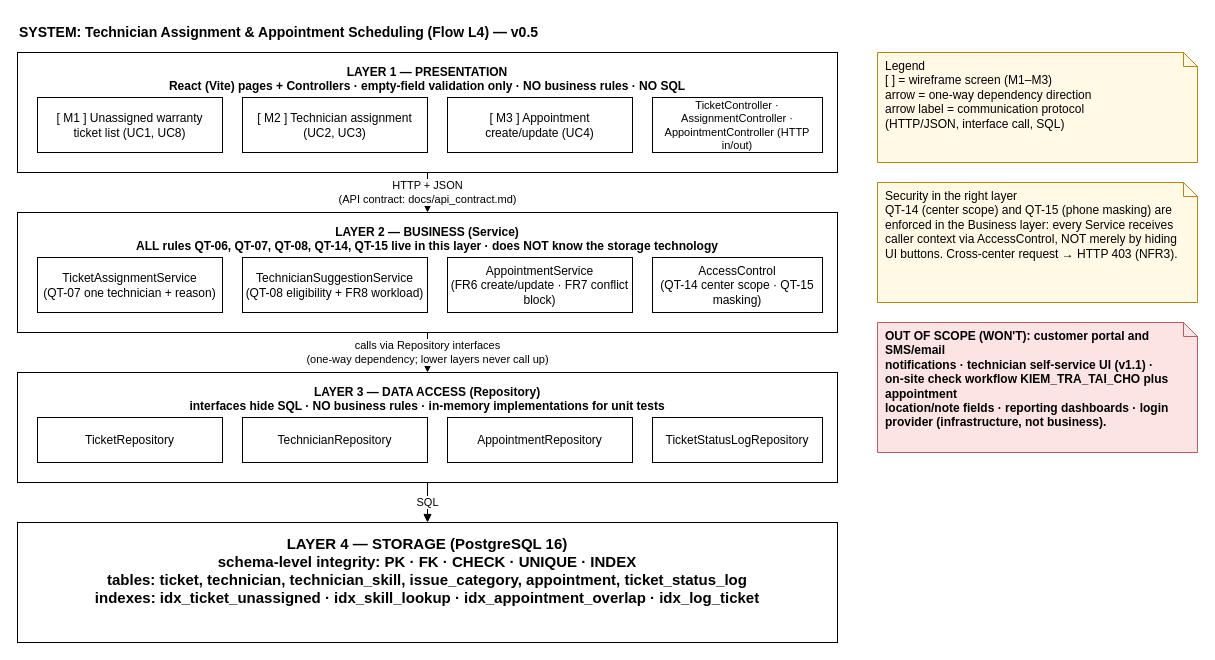
Before: docs/architecture_l4_en.drawio in RASPHONE/cdtn1-rasphonesamphanthamith-l4, a draw.io diagram. Source tidied: cells renumbered, new cells numbered last; positions are measured from the earlier drawing's top-left corner, leaving out a move shared by most shapes. Both pictures are drawn from the tidied source at 100%, with x=0, y=0 at pixel (17, 17).
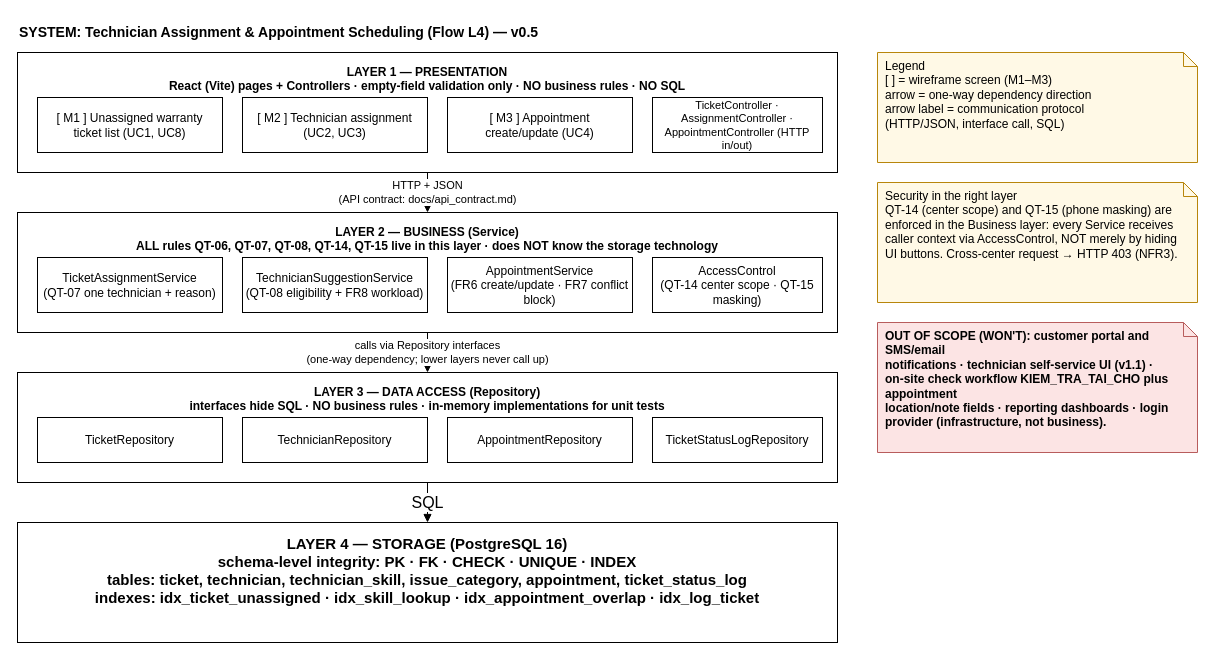
The same page after the edit.

The change refers to these unchanged cells:
```xml
<mxCell id="13" value="LAYER 3 — DATA ACCESS (Repository)&#10;interfaces hide SQL · NO business rules · in-memory implementations for unit tests" style="rounded=0;whiteSpace=wrap;html=1;fillColor=none;strokeColor=#000000;verticalAlign=top;fontStyle=1;fontSize=12;spacingTop=6;" parent="1" vertex="1">
  <mxGeometry y="355" width="820" height="110" as="geometry" />
</mxCell>
<mxCell id="18" value="LAYER 4 — STORAGE (PostgreSQL 16)&#10;schema-level integrity: PK · FK · CHECK · UNIQUE · INDEX&#10;tables: ticket, technician, technician_skill, issue_category, appointment, ticket_status_log&#10;indexes: idx_ticket_unassigned · idx_skill_lookup · idx_appointment_overlap · idx_log_ticket" style="rounded=0;whiteSpace=wrap;html=1;fillColor=none;strokeColor=#000000;verticalAlign=top;fontStyle=1;fontSize=15;spacingTop=6;" parent="1" vertex="1">
  <mxGeometry y="505" width="820" height="120" as="geometry" />
</mxCell>
```

The edit, as a diff of the source:
```diff
@@
-    <mxCell id="21" value="SQL" style="endArrow=block;endFill=1;html=1;fontSize=11;" parent="1" edge="1" source="13" target="18">
+    <mxCell id="21" value="SQL" style="endArrow=block;endFill=1;html=1;fontSize=16;" parent="1" edge="1" source="13" target="18">
       <mxGeometry relative="1" as="geometry" />
     </mxCell>
```
